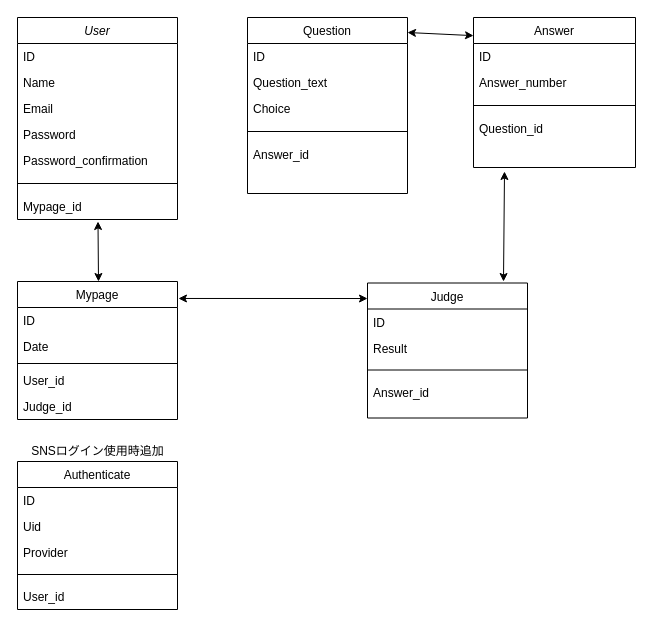
This is ER図.drawio from kyohei-917/meat_head, a draw.io file, before an edit. Source tidied: cells renumbered, new cells numbered last; positions are measured from the earlier drawing's top-left corner, leaving out a move shared by most shapes. Both pictures are drawn from the tidied source at 100%, with x=0, y=0 at pixel (17, 17).
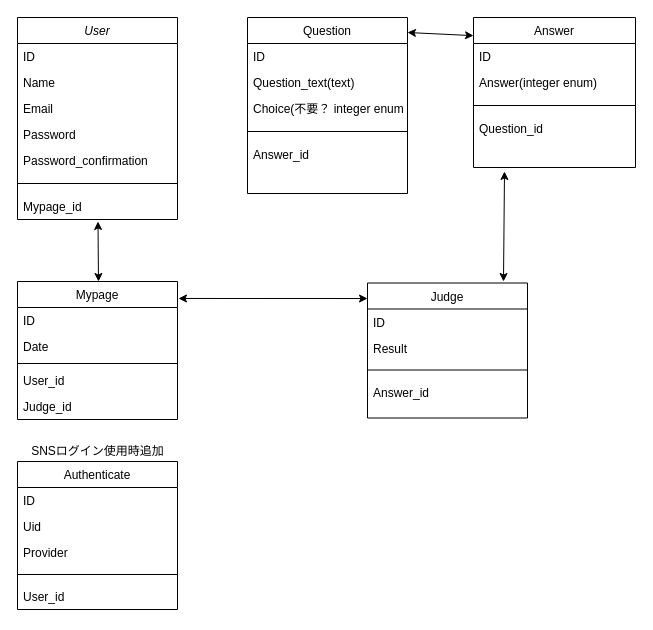
Above is the later version.

The change refers to these unchanged cells:
```xml
<mxCell id="21" value="Question" style="swimlane;fontStyle=0;align=center;verticalAlign=top;horizontal=1;startSize=26;rounded=0;shadow=0;strokeWidth=1;" parent="1" vertex="1">
  <mxGeometry x="230" width="160" height="176" as="geometry" />
</mxCell>
<mxCell id="27" value="Answer" style="swimlane;fontStyle=0;align=center;verticalAlign=top;horizontal=1;startSize=26;rounded=0;shadow=0;strokeWidth=1;" parent="1" vertex="1">
  <mxGeometry x="456" width="162" height="150" as="geometry" />
</mxCell>
```

The edit, as a diff of the source:
```diff
@@
-    <mxCell id="23" value="Question_text" style="text;align=left;verticalAlign=top;spacingLeft=4;spacingRight=4;overflow=hidden;rounded=0;shadow=0;html=0;" parent="21" vertex="1">
+    <mxCell id="23" value="Question_text(text)" style="text;align=left;verticalAlign=top;spacingLeft=4;spacingRight=4;overflow=hidden;rounded=0;shadow=0;html=0;" parent="21" vertex="1">
       <mxGeometry y="52" width="160" height="26" as="geometry" />
     </mxCell>
-    <mxCell id="24" value="Choice" style="text;align=left;verticalAlign=top;spacingLeft=4;spacingRight=4;overflow=hidden;rounded=0;shadow=0;html=0;" parent="21" vertex="1">
+    <mxCell id="24" value="Choice(不要？ integer enum)" style="text;align=left;verticalAlign=top;spacingLeft=4;spacingRight=4;overflow=hidden;rounded=0;shadow=0;html=0;" parent="21" vertex="1">
       <mxGeometry y="78" width="160" height="26" as="geometry" />
     </mxCell>
@@
-    <mxCell id="29" value="Answer_number" style="text;align=left;verticalAlign=top;spacingLeft=4;spacingRight=4;overflow=hidden;rounded=0;shadow=0;html=0;" parent="27" vertex="1">
+    <mxCell id="29" value="Answer(integer enum)&#10;" style="text;align=left;verticalAlign=top;spacingLeft=4;spacingRight=4;overflow=hidden;rounded=0;shadow=0;html=0;" parent="27" vertex="1">
       <mxGeometry y="52" width="162" height="26" as="geometry" />
     </mxCell>
```
